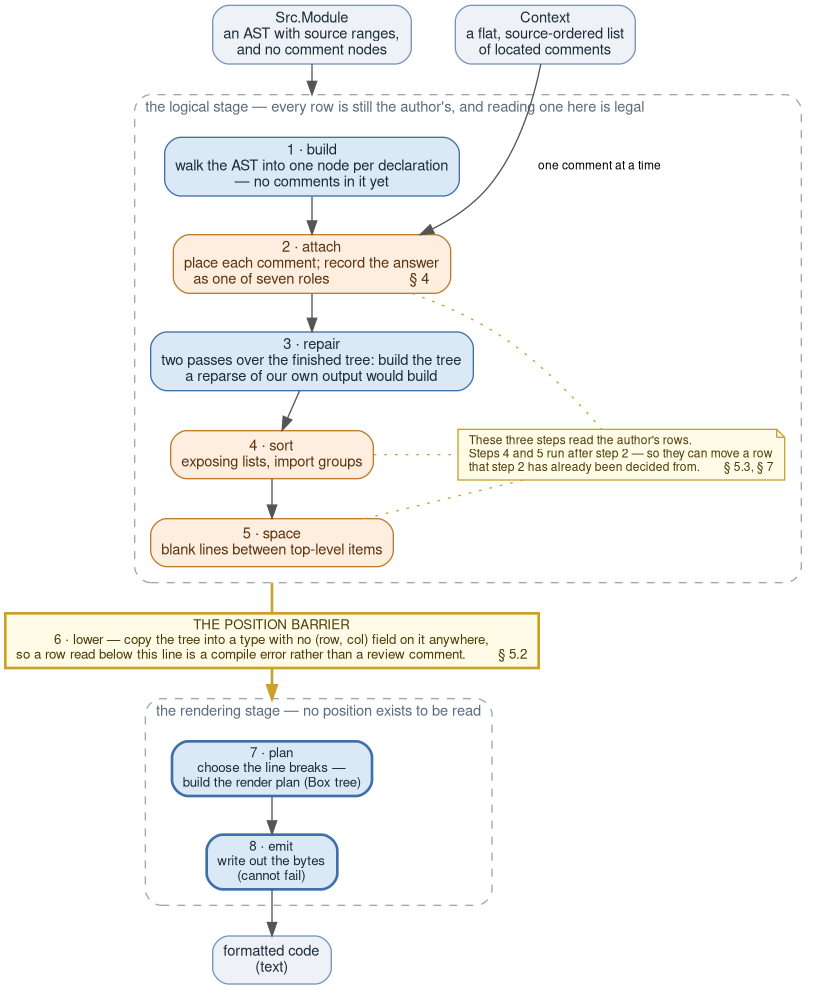
Before: docs/diagrams/position-barrier.png, a diagram exported from Graphviz (gilramir/gren-format-lib). Its source is kept beside it as docs/diagrams/position-barrier.dot. Its diagram source:
```dot
digraph PositionBarrier {
    rankdir=TB;
    bgcolor="white";
    fontname="Helvetica,Arial,sans-serif";
    fontsize=12;
    ranksep=0.38;
    nodesep=0.45;
    compound=true;

    node [fontname="Helvetica,Arial,sans-serif", fontsize=11];
    edge [fontname="Helvetica,Arial,sans-serif", fontsize=9, color="#555555"];

    node [shape=box, style="rounded,filled", fillcolor="#eef2f7", color="#7a95b8", fontcolor="#1c2b3a"];
    ast [group="flow", label="Src.Module\nan AST with source ranges,\nand no comment nodes"];
    ctx [label="Context\na flat, source-ordered list\nof located comments"];
    out [group="flow", label="formatted code\n(text)"];

    subgraph cluster_logical {
        label="the logical stage — every row is still the author's, and reading one here is legal";
        labeljust="l";
        fontsize=11;
        fontcolor="#5b6b7c";
        style="dashed,rounded";
        color="#9aa8b6";
        margin=12;

        node [shape=box, style="rounded,filled", fillcolor="#dbe9f7", color="#3f6fa8", fontcolor="#1c2b3a"];
        s1 [group="flow", label="1 · build\nwalk the AST into one node per declaration\n— no comments in it yet"];
        s3 [group="flow", label="3 · repair\ntwo passes over the finished tree: build the tree\na reparse of our own output would build"];

        node [shape=box, style="rounded,filled", fillcolor="#fdeee0", color="#c07a2c", fontcolor="#5a3410"];
        s2 [group="flow", label="2 · attach\nplace each comment; record the answer\nas one of seven roles                    § 4"];
        s4 [group="flow", label="4 · sort\nexposing lists, import groups"];
        s5 [group="flow", label="5 · space\nblank lines between top-level items"];

        node [shape=note, style=filled, fillcolor="#fffbe6", color="#c9a227", fontcolor="#4a3b06", fontsize=9];
        rowNote [label="These three steps read the author's rows.\lSteps 4 and 5 run after step 2 — so they can move a row\lthat step 2 has already been decided from.        § 5.3, § 7\l"];

        s1 -> s2 -> s3 -> s4 -> s5;
        { rank=same; s4; rowNote }
    }

    node [shape=box, style="filled", fillcolor="#fffbe6", color="#c9a227", fontcolor="#4a3b06", fontsize=10, penwidth=2];
    barrier [group="flow", label="THE POSITION BARRIER\n6 · lower — copy the tree into a type with no (row, col) field on it anywhere,\nso a row read below this line is a compile error rather than a review comment.        § 5.2"];

    subgraph cluster_render {
        label="the rendering stage — no position exists to be read";
        labeljust="l";
        fontsize=11;
        fontcolor="#5b6b7c";
        style="dashed,rounded";
        color="#9aa8b6";
        margin=12;

        node [shape=box, style="rounded,filled", fillcolor="#dbe9f7", color="#3f6fa8", fontcolor="#1c2b3a"];
        s7 [group="flow", label="7 · plan\nchoose the line breaks —\nbuild the render plan (Box tree)"];
        s8 [group="flow", label="8 · emit\nwrite out the bytes\n(cannot fail)"];

        s7 -> s8;
    }

    ast -> s1 [lhead=cluster_logical];
    ctx -> s2 [label="  one comment at a time"];
    s5  -> barrier [ltail=cluster_logical, style=bold, color="#c9a227", arrowhead=none];
    barrier -> s7  [lhead=cluster_render, style=bold, color="#c9a227"];
    s8 -> out;

    s2 -> rowNote [style=dotted, arrowhead=none, color="#c9a227", constraint=false];
    s4 -> rowNote [style=dotted, arrowhead=none, color="#c9a227", constraint=false];
    s5 -> rowNote [style=dotted, arrowhead=none, color="#c9a227", constraint=false];

    { rank=same; ast; ctx }
}
```
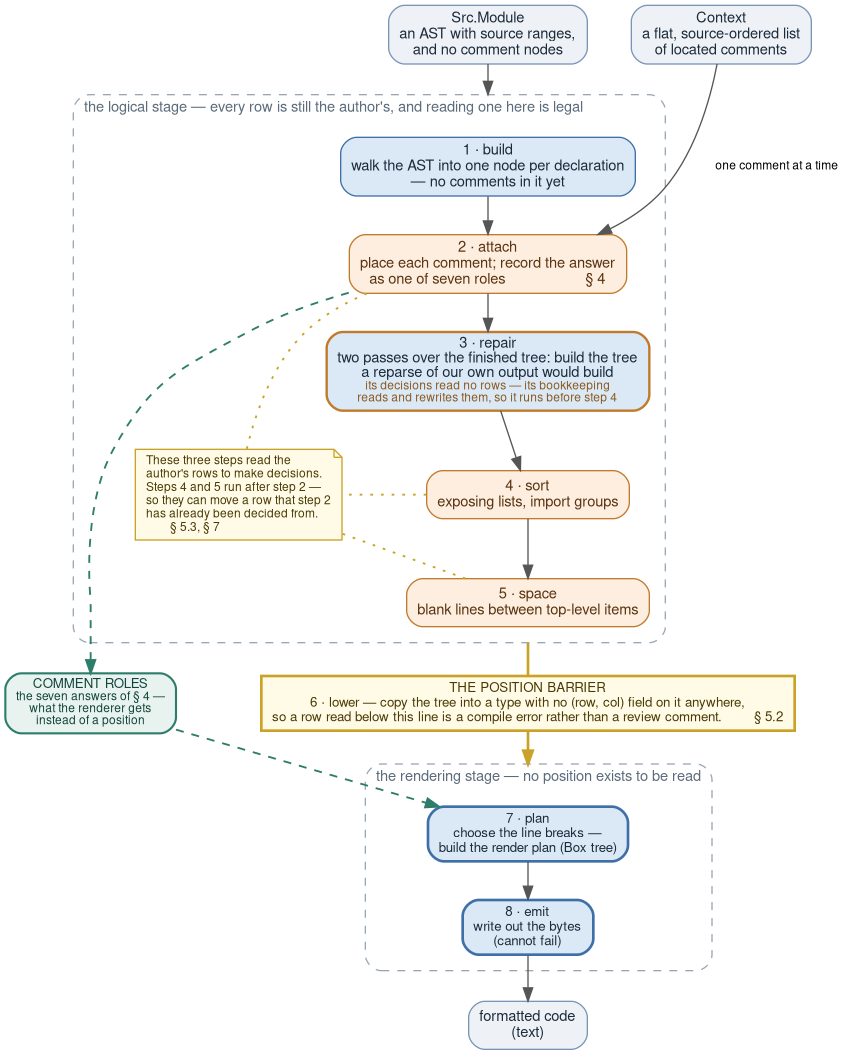
The same diagram one commit later.

Commit message:
docs: say what step 3 does to rows, and draw the roles crossing the barrier

The edit, as a diff of the source:
```diff
@@ -26,7 +26,8 @@
 
         node [shape=box, style="rounded,filled", fillcolor="#dbe9f7", color="#3f6fa8", fontcolor="#1c2b3a"];
         s1 [group="flow", label="1 · build\nwalk the AST into one node per declaration\n— no comments in it yet"];
-        s3 [group="flow", label="3 · repair\ntwo passes over the finished tree: build the tree\na reparse of our own output would build"];
+        s3 [group="flow", color="#c07a2c", penwidth=1.8,
+            label=<3 · repair<BR/>two passes over the finished tree: build the tree<BR/>a reparse of our own output would build<BR/><FONT POINT-SIZE="9" COLOR="#8a5a1e">its decisions read no rows — its bookkeeping<BR/>reads and rewrites them, so it runs before step 4</FONT>>];
 
         node [shape=box, style="rounded,filled", fillcolor="#fdeee0", color="#c07a2c", fontcolor="#5a3410"];
         s2 [group="flow", label="2 · attach\nplace each comment; record the answer\nas one of seven roles                    § 4"];
@@ -34,14 +35,24 @@
         s5 [group="flow", label="5 · space\nblank lines between top-level items"];
 
         node [shape=note, style=filled, fillcolor="#fffbe6", color="#c9a227", fontcolor="#4a3b06", fontsize=9];
-        rowNote [label="These three steps read the author's rows.\lSteps 4 and 5 run after step 2 — so they can move a row\lthat step 2 has already been decided from.        § 5.3, § 7\l"];
+        rowNote [label="These three steps read the\lauthor's rows to make decisions.\lSteps 4 and 5 run after step 2 —\lso they can move a row that step 2\lhas already been decided from.\l        § 5.3, § 7\l"];
 
         s1 -> s2 -> s3 -> s4 -> s5;
         { rank=same; s4; rowNote }
+
+        wl [shape=point, width=0.02, height=0.02, style=invis, label=""];
+        { rank=same; wl; s5 }
+        wl -> s5 [style=invis];
     }
 
     node [shape=box, style="filled", fillcolor="#fffbe6", color="#c9a227", fontcolor="#4a3b06", fontsize=10, penwidth=2];
+    roles [shape=box, style="rounded,filled", fillcolor="#e8f3f0", color="#2e7d6b",
+           fontcolor="#14453a", fontsize=10, penwidth=1.6,
+           label=<COMMENT ROLES<BR/><FONT POINT-SIZE="9">the seven answers of § 4 —<BR/>what the renderer gets<BR/>instead of a position</FONT>>];
     barrier [group="flow", label="THE POSITION BARRIER\n6 · lower — copy the tree into a type with no (row, col) field on it anywhere,\nso a row read below this line is a compile error rather than a review comment.        § 5.2"];
+
+    { rank=same; roles; barrier }
+    roles -> barrier [style=invis];
 
     subgraph cluster_render {
         label="the rendering stage — no position exists to be read";
@@ -65,6 +76,11 @@
     barrier -> s7  [lhead=cluster_render, style=bold, color="#c9a227"];
     s8 -> out;
 
+    edge [style=dashed, penwidth=1.4, color="#2e7d6b", fontcolor="#2e7d6b", fontsize=9, arrowhead=none];
+    s2 -> wl [arrowhead=none];
+    wl -> roles:n [arrowhead=normal];
+    roles -> s7 [arrowhead=normal, constraint=false];
+
     s2 -> rowNote [style=dotted, arrowhead=none, color="#c9a227", constraint=false];
     s4 -> rowNote [style=dotted, arrowhead=none, color="#c9a227", constraint=false];
     s5 -> rowNote [style=dotted, arrowhead=none, color="#c9a227", constraint=false];
```
